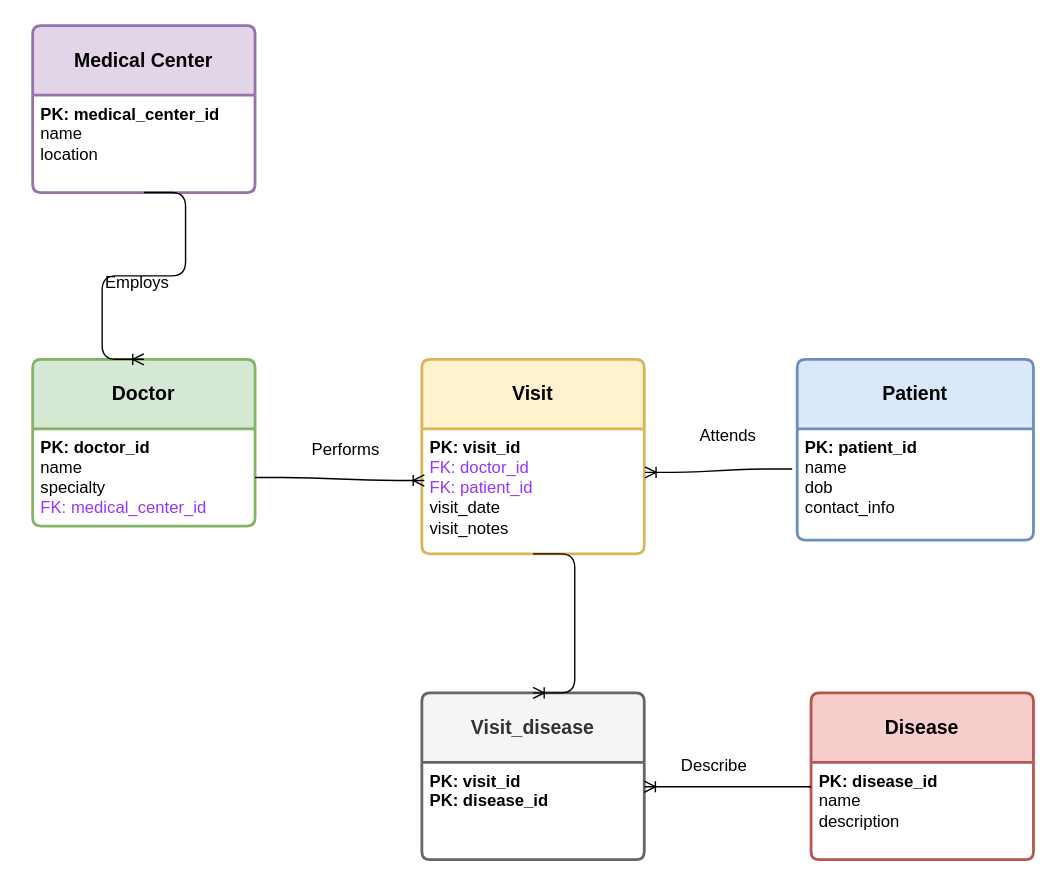
Earlier version of the draw.io diagram medical_office_schema.drawio (aracope/26.4_DDL_Schema-Design). Source tidied: cells renumbered, new cells numbered last; positions are measured from the earlier drawing's top-left corner, leaving out a move shared by most shapes. Both pictures are drawn from the tidied source at 139%, with x=0, y=0 at pixel (32, 25).
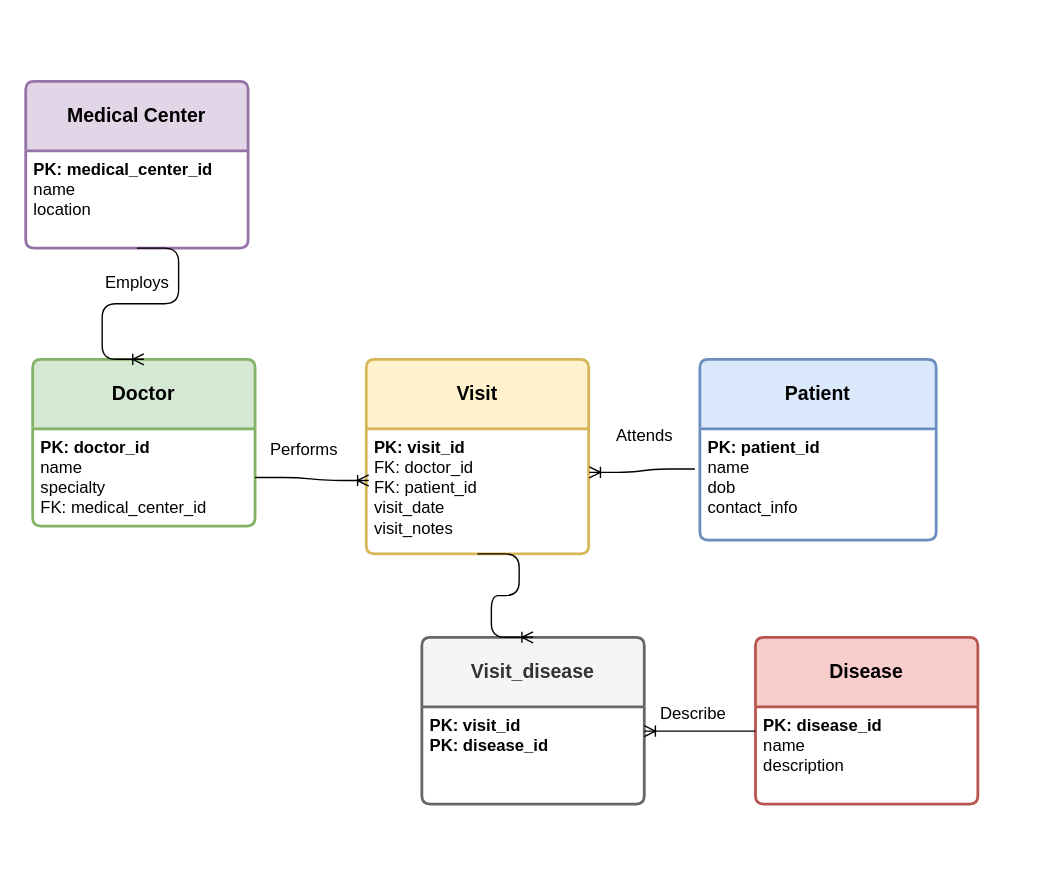
Above is the later version.

Commit message (it also covers changes not shown here):
Export drawio files to png so schema is visible without extension.

Unchanged cells that the change refers to:
```xml
<mxCell id="5" value="&lt;b&gt;Doctor&lt;/b&gt;" style="swimlane;horizontal=1;startSize=50;rounded=1;fontSize=14;fontStyle=0;strokeWidth=2;shadow=0;dashed=0;align=center;arcSize=4;whiteSpace=wrap;html=1;fillColor=#d5e8d4;strokeColor=#82b366;" parent="1" vertex="1">
  <mxGeometry y="240" width="160" height="120" as="geometry" />
</mxCell>
```

What changed in the source:
```diff
@@
-<mxGraphModel>
+<mxGraphModel background="#FFFFFF">
@@
     <mxCell id="3" value="Medical Center" style="swimlane;horizontal=1;startSize=50;rounded=1;fontSize=14;fontStyle=1;strokeWidth=2;shadow=0;dashed=0;align=center;arcSize=4;whiteSpace=wrap;html=1;fillColor=#e1d5e7;strokeColor=#9673a6;" parent="1" vertex="1">
-      <mxGeometry width="160" height="120" as="geometry" />
+      <mxGeometry x="-5" y="40" width="160" height="120" as="geometry" />
     </mxCell>
-    <mxCell id="4" value="&lt;b&gt;PK: medical_center_id&lt;/b&gt;&lt;div&gt;name&lt;/div&gt;&lt;div&gt;location&lt;/div&gt;" style="align=left;strokeColor=none;fillColor=none;spacingLeft=4;fontSize=12;verticalAlign=top;html=1;" parent="3" vertex="1">
+    <mxCell id="4" value="&lt;b&gt;&lt;font style=&quot;color: light-dark(rgb(0, 0, 0), rgb(0, 0, 0));&quot;&gt;PK: medical_center_id&lt;/font&gt;&lt;/b&gt;&lt;div&gt;&lt;font style=&quot;color: light-dark(rgb(0, 0, 0), rgb(0, 0, 0));&quot;&gt;name&lt;/font&gt;&lt;/div&gt;&lt;div&gt;&lt;font style=&quot;color: light-dark(rgb(0, 0, 0), rgb(0, 0, 0));&quot;&gt;location&lt;/font&gt;&lt;/div&gt;" style="align=left;strokeColor=none;fillColor=none;spacingLeft=4;fontSize=12;verticalAlign=top;html=1;" parent="3" vertex="1">
       <mxGeometry y="50" width="160" height="70" as="geometry" />
     </mxCell>
@@
-    <mxCell id="6" value="&lt;b&gt;PK: doctor_id&lt;/b&gt;&lt;div&gt;name&lt;/div&gt;&lt;div&gt;specialty&lt;/div&gt;&lt;div&gt;&lt;font style=&quot;color: rgb(153, 51, 255);&quot;&gt;FK: medical_center_id&lt;/font&gt;&lt;/div&gt;" style="align=left;strokeColor=none;fillColor=none;spacingLeft=4;fontSize=12;verticalAlign=top;html=1;" parent="5" vertex="1">
+    <mxCell id="6" value="&lt;b&gt;&lt;font style=&quot;color: light-dark(rgb(0, 0, 0), rgb(0, 0, 0));&quot;&gt;PK: doctor_id&lt;/font&gt;&lt;/b&gt;&lt;div&gt;&lt;font style=&quot;color: light-dark(rgb(0, 0, 0), rgb(0, 0, 0));&quot;&gt;name&lt;/font&gt;&lt;/div&gt;&lt;div&gt;&lt;font style=&quot;color: light-dark(rgb(0, 0, 0), rgb(0, 0, 0));&quot;&gt;specialty&lt;/font&gt;&lt;/div&gt;&lt;div&gt;&lt;font style=&quot;color: light-dark(rgb(0, 0, 0), rgb(0, 0, 0));&quot;&gt;FK: medical_center_id&lt;/font&gt;&lt;/div&gt;" style="align=left;strokeColor=none;fillColor=none;spacingLeft=4;fontSize=12;verticalAlign=top;html=1;" parent="5" vertex="1">
       <mxGeometry y="50" width="160" height="70" as="geometry" />
     </mxCell>
     <mxCell id="7" value="&lt;b&gt;Disease&lt;/b&gt;" style="swimlane;horizontal=1;startSize=50;rounded=1;fontSize=14;fontStyle=0;strokeWidth=2;shadow=0;dashed=0;align=center;arcSize=4;whiteSpace=wrap;html=1;fillColor=#f8cecc;strokeColor=#b85450;" parent="1" vertex="1">
-      <mxGeometry x="560" y="480" width="160" height="120" as="geometry" />
+      <mxGeometry x="520" y="440" width="160" height="120" as="geometry" />
     </mxCell>
-    <mxCell id="8" value="&lt;b&gt;PK: disease_id&lt;/b&gt;&lt;div&gt;name&lt;/div&gt;&lt;div&gt;description&lt;/div&gt;" style="align=left;strokeColor=none;fillColor=none;spacingLeft=4;fontSize=12;verticalAlign=top;html=1;" parent="7" vertex="1">
+    <mxCell id="8" value="&lt;b&gt;&lt;font style=&quot;color: light-dark(rgb(0, 0, 0), rgb(0, 0, 0));&quot;&gt;PK: disease_id&lt;/font&gt;&lt;/b&gt;&lt;div&gt;&lt;font style=&quot;color: light-dark(rgb(0, 0, 0), rgb(0, 0, 0));&quot;&gt;name&lt;/font&gt;&lt;/div&gt;&lt;div&gt;&lt;font style=&quot;color: light-dark(rgb(0, 0, 0), rgb(0, 0, 0));&quot;&gt;description&lt;/font&gt;&lt;/div&gt;" style="align=left;strokeColor=none;fillColor=none;spacingLeft=4;fontSize=12;verticalAlign=top;html=1;" parent="7" vertex="1">
       <mxGeometry y="50" width="160" height="70" as="geometry" />
     </mxCell>
     <mxCell id="9" value="&lt;b&gt;Visit&lt;/b&gt;" style="swimlane;horizontal=1;startSize=50;rounded=1;fontSize=14;fontStyle=0;strokeWidth=2;shadow=0;dashed=0;align=center;arcSize=4;whiteSpace=wrap;html=1;fillColor=#fff2cc;strokeColor=#d6b656;" parent="1" vertex="1">
-      <mxGeometry x="280" y="240" width="160" height="140" as="geometry" />
+      <mxGeometry x="240" y="240" width="160" height="140" as="geometry" />
     </mxCell>
-    <mxCell id="10" value="&lt;b&gt;PK: visit_id&lt;/b&gt;&lt;div&gt;&lt;font style=&quot;color: rgb(153, 51, 255);&quot;&gt;FK: doctor_id&lt;/font&gt;&lt;/div&gt;&lt;div&gt;&lt;font style=&quot;color: rgb(153, 51, 255);&quot;&gt;FK: patient_id&lt;/font&gt;&lt;/div&gt;&lt;div&gt;visit_date&lt;/div&gt;&lt;div&gt;visit_notes&lt;/div&gt;" style="align=left;strokeColor=none;fillColor=none;spacingLeft=4;fontSize=12;verticalAlign=top;html=1;" parent="9" vertex="1">
+    <mxCell id="10" value="&lt;b&gt;&lt;font style=&quot;color: light-dark(rgb(0, 0, 0), rgb(0, 0, 0));&quot;&gt;PK: visit_id&lt;/font&gt;&lt;/b&gt;&lt;div&gt;&lt;font style=&quot;color: light-dark(rgb(0, 0, 0), rgb(0, 0, 0));&quot;&gt;FK: doctor_id&lt;/font&gt;&lt;/div&gt;&lt;div&gt;&lt;font style=&quot;color: light-dark(rgb(0, 0, 0), rgb(0, 0, 0));&quot;&gt;FK: patient_id&lt;/font&gt;&lt;/div&gt;&lt;div&gt;&lt;font style=&quot;color: light-dark(rgb(0, 0, 0), rgb(0, 0, 0));&quot;&gt;visit_date&lt;/font&gt;&lt;/div&gt;&lt;div&gt;&lt;font style=&quot;color: light-dark(rgb(0, 0, 0), rgb(0, 0, 0));&quot;&gt;visit_notes&lt;/font&gt;&lt;/div&gt;" style="align=left;strokeColor=none;fillColor=none;spacingLeft=4;fontSize=12;verticalAlign=top;html=1;" parent="9" vertex="1">
       <mxGeometry y="50" width="160" height="90" as="geometry" />
     </mxCell>
     <mxCell id="11" value="&lt;b&gt;Patient&lt;/b&gt;" style="swimlane;horizontal=1;startSize=50;rounded=1;fontSize=14;fontStyle=0;strokeWidth=2;shadow=0;dashed=0;align=center;arcSize=4;whiteSpace=wrap;html=1;fillColor=#dae8fc;strokeColor=#6c8ebf;" parent="1" vertex="1">
-      <mxGeometry x="550" y="240" width="170" height="130" as="geometry" />
+      <mxGeometry x="480" y="240" width="170" height="130" as="geometry" />
     </mxCell>
-    <mxCell id="12" value="&lt;b&gt;PK: patient_id&lt;/b&gt;&lt;div&gt;name&lt;/div&gt;&lt;div&gt;dob&lt;/div&gt;&lt;div&gt;contact_info&lt;/div&gt;" style="align=left;strokeColor=none;fillColor=none;spacingLeft=4;fontSize=12;verticalAlign=top;html=1;" parent="11" vertex="1">
+    <mxCell id="12" value="&lt;b&gt;&lt;font style=&quot;color: light-dark(rgb(0, 0, 0), rgb(0, 0, 0));&quot;&gt;PK: patient_id&lt;/font&gt;&lt;/b&gt;&lt;div&gt;&lt;font style=&quot;color: light-dark(rgb(0, 0, 0), rgb(0, 0, 0));&quot;&gt;name&lt;/font&gt;&lt;/div&gt;&lt;div&gt;&lt;font style=&quot;color: light-dark(rgb(0, 0, 0), rgb(0, 0, 0));&quot;&gt;dob&lt;/font&gt;&lt;/div&gt;&lt;div&gt;&lt;font style=&quot;color: light-dark(rgb(0, 0, 0), rgb(0, 0, 0));&quot;&gt;contact_info&lt;/font&gt;&lt;/div&gt;" style="align=left;strokeColor=none;fillColor=none;spacingLeft=4;fontSize=12;verticalAlign=top;html=1;" parent="11" vertex="1">
       <mxGeometry y="50" width="170" height="80" as="geometry" />
     </mxCell>
     <mxCell id="13" value="&lt;b&gt;Visit_disease&lt;/b&gt;" style="swimlane;horizontal=1;startSize=50;rounded=1;fontSize=14;fontStyle=0;strokeWidth=2;shadow=0;dashed=0;align=center;arcSize=4;whiteSpace=wrap;html=1;fillColor=#f5f5f5;strokeColor=#666666;fontColor=#333333;" parent="1" vertex="1">
-      <mxGeometry x="280" y="480" width="160" height="120" as="geometry" />
+      <mxGeometry x="280" y="440" width="160" height="120" as="geometry" />
     </mxCell>
-    <mxCell id="14" value="&lt;b&gt;PK: visit_id&lt;/b&gt;&lt;div&gt;&lt;b&gt;PK: disease_id&lt;/b&gt;&lt;/div&gt;" style="align=left;strokeColor=none;fillColor=none;spacingLeft=4;fontSize=12;verticalAlign=top;html=1;" parent="13" vertex="1">
+    <mxCell id="14" value="&lt;b&gt;&lt;font style=&quot;color: light-dark(rgb(0, 0, 0), rgb(0, 0, 0));&quot;&gt;PK: visit_id&lt;/font&gt;&lt;/b&gt;&lt;div&gt;&lt;b&gt;&lt;font style=&quot;color: light-dark(rgb(0, 0, 0), rgb(0, 0, 0));&quot;&gt;PK: disease_id&lt;/font&gt;&lt;/b&gt;&lt;/div&gt;" style="align=left;strokeColor=none;fillColor=none;spacingLeft=4;fontSize=12;verticalAlign=top;html=1;" parent="13" vertex="1">
       <mxGeometry y="50" width="160" height="70" as="geometry" />
     </mxCell>
-    <mxCell id="15" style="edgeStyle=entityRelationEdgeStyle;fontSize=12;html=1;endArrow=ERoneToMany;entryX=0.5;entryY=0;entryDx=0;entryDy=0;exitX=0.5;exitY=1;exitDx=0;exitDy=0;" parent="1" edge="1" source="4" target="5">
+    <mxCell id="15" style="edgeStyle=entityRelationEdgeStyle;fontSize=12;html=1;endArrow=ERoneToMany;entryX=0.5;entryY=0;entryDx=0;entryDy=0;exitX=0.5;exitY=1;exitDx=0;exitDy=0;fontColor=light-dark(#000000,#000000);labelBackgroundColor=light-dark(#FFFFFF,#FFFFFF);strokeColor=light-dark(#000000,#000000);" parent="1" edge="1" source="4" target="5">
       <mxGeometry relative="1" as="geometry" />
     </mxCell>
-    <mxCell id="16" style="edgeStyle=entityRelationEdgeStyle;fontSize=12;html=1;endArrow=ERoneToMany;exitX=1;exitY=0.5;exitDx=0;exitDy=0;entryX=0.011;entryY=0.413;entryDx=0;entryDy=0;entryPerimeter=0;" parent="1" edge="1" source="6" target="10">
+    <mxCell id="16" style="edgeStyle=entityRelationEdgeStyle;fontSize=12;html=1;endArrow=ERoneToMany;exitX=1;exitY=0.5;exitDx=0;exitDy=0;entryX=0.011;entryY=0.413;entryDx=0;entryDy=0;entryPerimeter=0;fontColor=light-dark(#000000,#000000);labelBackgroundColor=light-dark(#FFFFFF,#FFFFFF);strokeColor=light-dark(#000000,#000000);" parent="1" edge="1" source="6" target="10">
       <mxGeometry relative="1" as="geometry" />
     </mxCell>
-    <mxCell id="17" style="edgeStyle=entityRelationEdgeStyle;fontSize=12;html=1;endArrow=ERoneToMany;exitX=0.5;exitY=1;exitDx=0;exitDy=0;entryX=0.5;entryY=0;entryDx=0;entryDy=0;" parent="1" edge="1" source="10" target="13">
+    <mxCell id="17" style="edgeStyle=entityRelationEdgeStyle;fontSize=12;html=1;endArrow=ERoneToMany;exitX=0.5;exitY=1;exitDx=0;exitDy=0;entryX=0.5;entryY=0;entryDx=0;entryDy=0;fontColor=light-dark(#000000,#000000);labelBackgroundColor=light-dark(#FFFFFF,#FFFFFF);strokeColor=light-dark(#000000,#000000);" parent="1" edge="1" source="10" target="13">
       <mxGeometry relative="1" as="geometry" />
     </mxCell>
-    <mxCell id="18" value="Employs" style="text;html=1;align=center;verticalAlign=middle;strokeColor=none;fillColor=none;" parent="1" vertex="1">
+    <mxCell id="18" value="&lt;font style=&quot;color: light-dark(rgb(0, 0, 0), rgb(0, 0, 0));&quot;&gt;Employs&lt;/font&gt;" style="text;html=1;align=center;verticalAlign=middle;strokeColor=none;fillColor=none;fontColor=light-dark(#000000,#000000);" parent="1" vertex="1">
       <mxGeometry x="40" y="170" width="70" height="30" as="geometry" />
     </mxCell>
-    <mxCell id="19" value="Performs" style="text;html=1;align=center;verticalAlign=middle;strokeColor=none;fillColor=none;" parent="1" vertex="1">
-      <mxGeometry x="190" y="290" width="70" height="30" as="geometry" />
+    <mxCell id="19" value="&lt;font style=&quot;color: light-dark(rgb(0, 0, 0), rgb(0, 0, 0));&quot;&gt;Performs&lt;/font&gt;" style="text;html=1;align=center;verticalAlign=middle;strokeColor=none;fillColor=none;fontColor=light-dark(#000000,#000000);" parent="1" vertex="1">
+      <mxGeometry x="160" y="290" width="70" height="30" as="geometry" />
     </mxCell>
-    <mxCell id="20" style="edgeStyle=entityRelationEdgeStyle;fontSize=12;html=1;endArrow=ERoneToMany;entryX=1.003;entryY=0.348;entryDx=0;entryDy=0;exitX=-0.021;exitY=0.362;exitDx=0;exitDy=0;exitPerimeter=0;entryPerimeter=0;" parent="1" edge="1" source="12" target="10">
+    <mxCell id="20" style="edgeStyle=entityRelationEdgeStyle;fontSize=12;html=1;endArrow=ERoneToMany;entryX=1.003;entryY=0.348;entryDx=0;entryDy=0;exitX=-0.021;exitY=0.362;exitDx=0;exitDy=0;exitPerimeter=0;entryPerimeter=0;fontColor=light-dark(#000000,#000000);labelBackgroundColor=light-dark(#FFFFFF,#FFFFFF);strokeColor=light-dark(#000000,#000000);" parent="1" edge="1" source="12" target="10">
       <mxGeometry relative="1" as="geometry" />
     </mxCell>
-    <mxCell id="21" value="&lt;span style=&quot;color: rgb(0, 0, 0);&quot;&gt;Attends&lt;/span&gt;" style="text;html=1;align=center;verticalAlign=middle;strokeColor=none;fillColor=none;" parent="1" vertex="1">
-      <mxGeometry x="470" y="280" width="60" height="30" as="geometry" />
+    <mxCell id="21" value="&lt;span style=&quot;&quot;&gt;&lt;font style=&quot;color: light-dark(rgb(0, 0, 0), rgb(0, 0, 0));&quot;&gt;Attends&lt;/font&gt;&lt;/span&gt;" style="text;html=1;align=center;verticalAlign=middle;strokeColor=none;fillColor=none;fontColor=light-dark(#000000,#000000);" parent="1" vertex="1">
+      <mxGeometry x="410" y="280" width="60" height="30" as="geometry" />
     </mxCell>
-    <mxCell id="22" style="edgeStyle=entityRelationEdgeStyle;fontSize=12;html=1;endArrow=ERoneToMany;entryX=1;entryY=0.25;entryDx=0;entryDy=0;exitX=0;exitY=0.25;exitDx=0;exitDy=0;" parent="1" edge="1" source="8" target="14">
+    <mxCell id="22" style="edgeStyle=entityRelationEdgeStyle;fontSize=12;html=1;endArrow=ERoneToMany;entryX=1;entryY=0.25;entryDx=0;entryDy=0;exitX=0;exitY=0.25;exitDx=0;exitDy=0;fontColor=light-dark(#000000,#000000);labelBackgroundColor=light-dark(#FFFFFF,#000000);strokeColor=light-dark(#000000,#000000);" parent="1" edge="1" source="8" target="14">
       <mxGeometry relative="1" as="geometry">
         <Array as="points">
           <mxPoint x="160" y="790" />
           <mxPoint x="290" y="790" />
         </Array>
       </mxGeometry>
     </mxCell>
-    <mxCell id="23" value="Describe" style="text;html=1;align=center;verticalAlign=middle;strokeColor=none;fillColor=none;" parent="1" vertex="1">
-      <mxGeometry x="455" y="518" width="70" height="30" as="geometry" />
+    <mxCell id="23" value="&lt;font style=&quot;color: light-dark(rgb(0, 0, 0), rgb(0, 0, 0));&quot;&gt;Describe&lt;/font&gt;" style="text;html=1;align=center;verticalAlign=middle;strokeColor=none;fillColor=none;fontColor=light-dark(#000000,#000000);" parent="1" vertex="1">
+      <mxGeometry x="440" y="480" width="70" height="30" as="geometry" />
     </mxCell>
```
